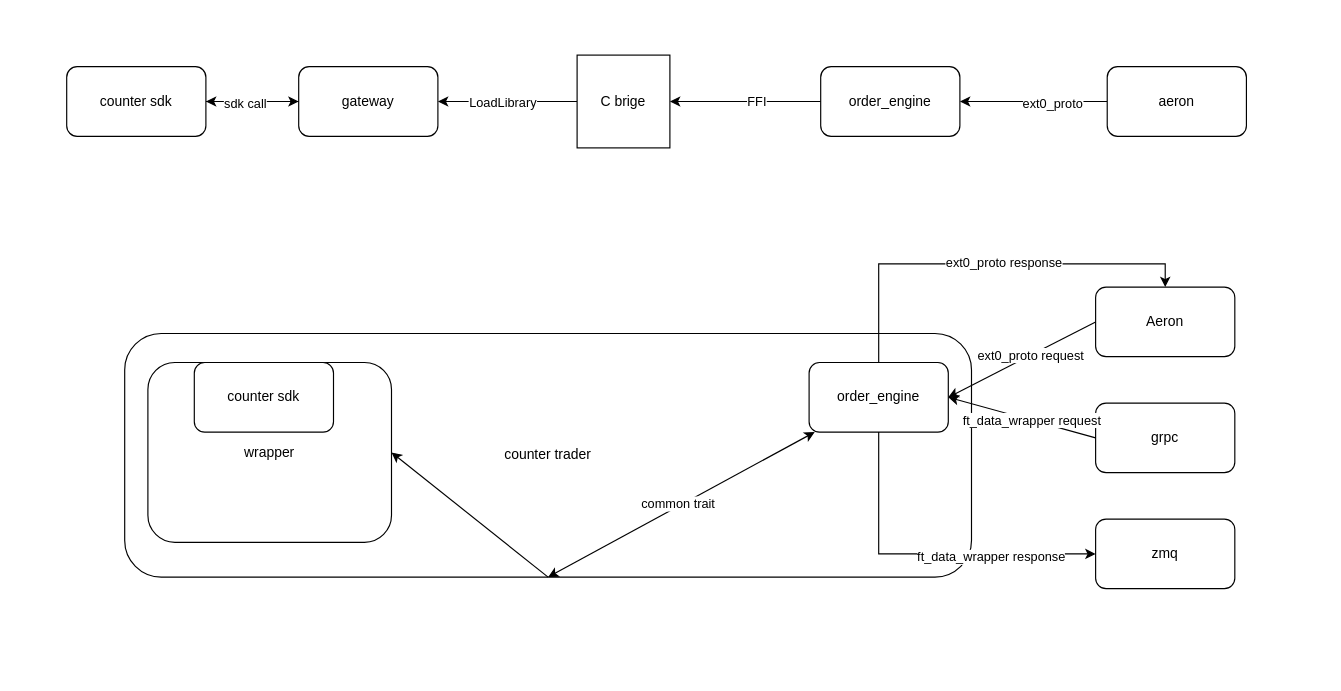
dancing-clown/geason-diary keeps this draw.io diagram as src/images/新老架构图对比.drawio. Above is the earlier version. Source tidied: cells renumbered, new cells numbered last; positions are measured from the earlier drawing's top-left corner, leaving out a move shared by most shapes. Both pictures are drawn from the tidied source at 116%, with x=0, y=0 at pixel (66, 55).
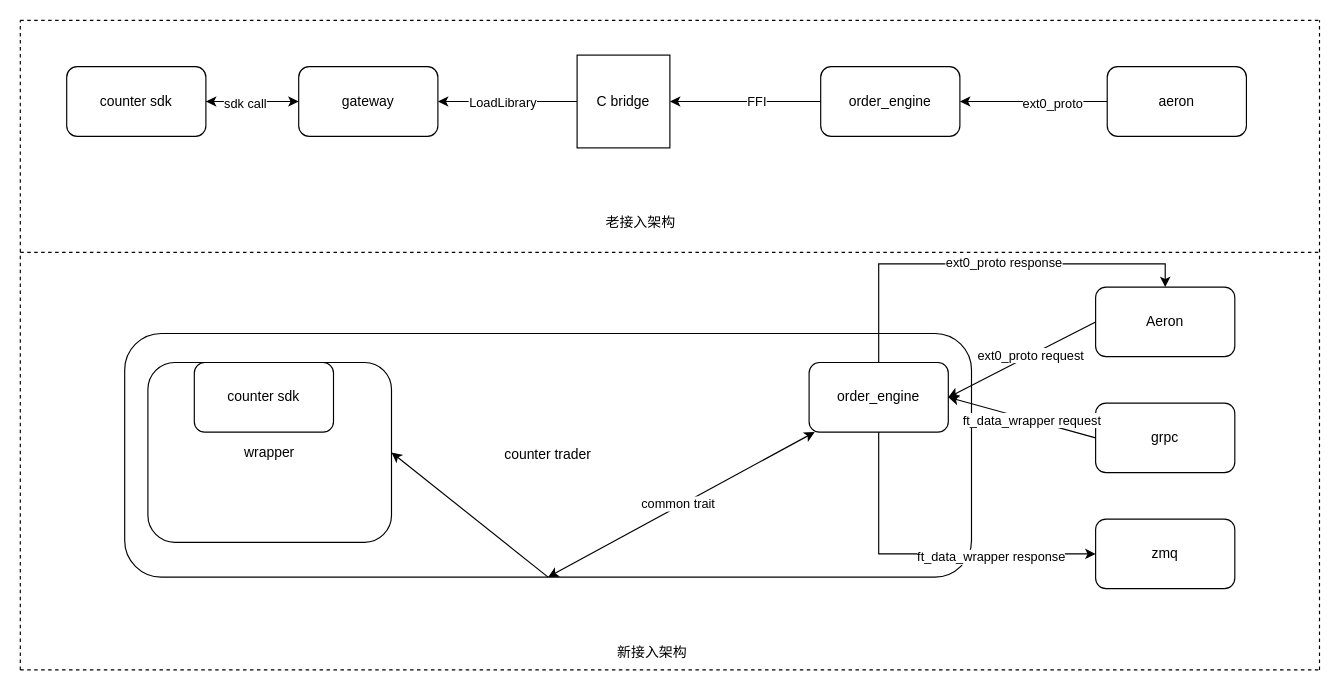
The same page after the edit.

Commit message:
更新新老架构图对比.drawio

The edit, as a diff of the source:
```diff
@@
-    <mxCell id="9" value="C brige" style="whiteSpace=wrap;html=1;" parent="1" vertex="1">
+    <mxCell id="9" value="C bridge" style="whiteSpace=wrap;html=1;" parent="1" vertex="1">
       <mxGeometry x="440" width="80" height="80" as="geometry" />
     </mxCell>
@@
+    <mxCell id="34" value="老接入架构" style="text;html=1;whiteSpace=wrap;strokeColor=none;fillColor=none;align=center;verticalAlign=middle;rounded=0;" parent="1" vertex="1">
+      <mxGeometry x="450" y="130" width="90" height="30" as="geometry" />
+    </mxCell>
+    <mxCell id="35" value="新接入架构" style="text;html=1;whiteSpace=wrap;strokeColor=none;fillColor=none;align=center;verticalAlign=middle;rounded=0;" parent="1" vertex="1">
+      <mxGeometry x="460" y="500" width="90" height="30" as="geometry" />
+    </mxCell>
+    <mxCell id="36" style="endArrow=none;dashed=1;html=1;rounded=0;" parent="1" edge="1">
+      <mxGeometry relative="1" as="geometry">
+        <mxPoint x="-40" y="170" as="sourcePoint" />
+        <mxPoint x="1080" y="170" as="targetPoint" />
+      </mxGeometry>
+    </mxCell>
+    <mxCell id="37" style="endArrow=none;dashed=1;html=1;rounded=0;" parent="1" edge="1">
+      <mxGeometry relative="1" as="geometry">
+        <mxPoint x="-40" y="530" as="sourcePoint" />
+        <mxPoint x="-40" y="-30" as="targetPoint" />
+      </mxGeometry>
+    </mxCell>
+    <mxCell id="38" style="endArrow=none;dashed=1;html=1;rounded=0;" parent="1" edge="1">
+      <mxGeometry relative="1" as="geometry">
+        <mxPoint x="-40" y="-30" as="sourcePoint" />
+        <mxPoint x="1080" y="-30" as="targetPoint" />
+      </mxGeometry>
+    </mxCell>
+    <mxCell id="39" style="endArrow=none;dashed=1;html=1;rounded=0;" parent="1" edge="1">
+      <mxGeometry relative="1" as="geometry">
+        <mxPoint x="-40" y="530" as="sourcePoint" />
+        <mxPoint x="1080" y="530" as="targetPoint" />
+      </mxGeometry>
+    </mxCell>
+    <mxCell id="40" style="endArrow=none;dashed=1;html=1;rounded=0;" parent="1" edge="1">
+      <mxGeometry relative="1" as="geometry">
+        <mxPoint x="1080" y="530" as="sourcePoint" />
+        <mxPoint x="1080" y="-30" as="targetPoint" />
+      </mxGeometry>
+    </mxCell>
```
